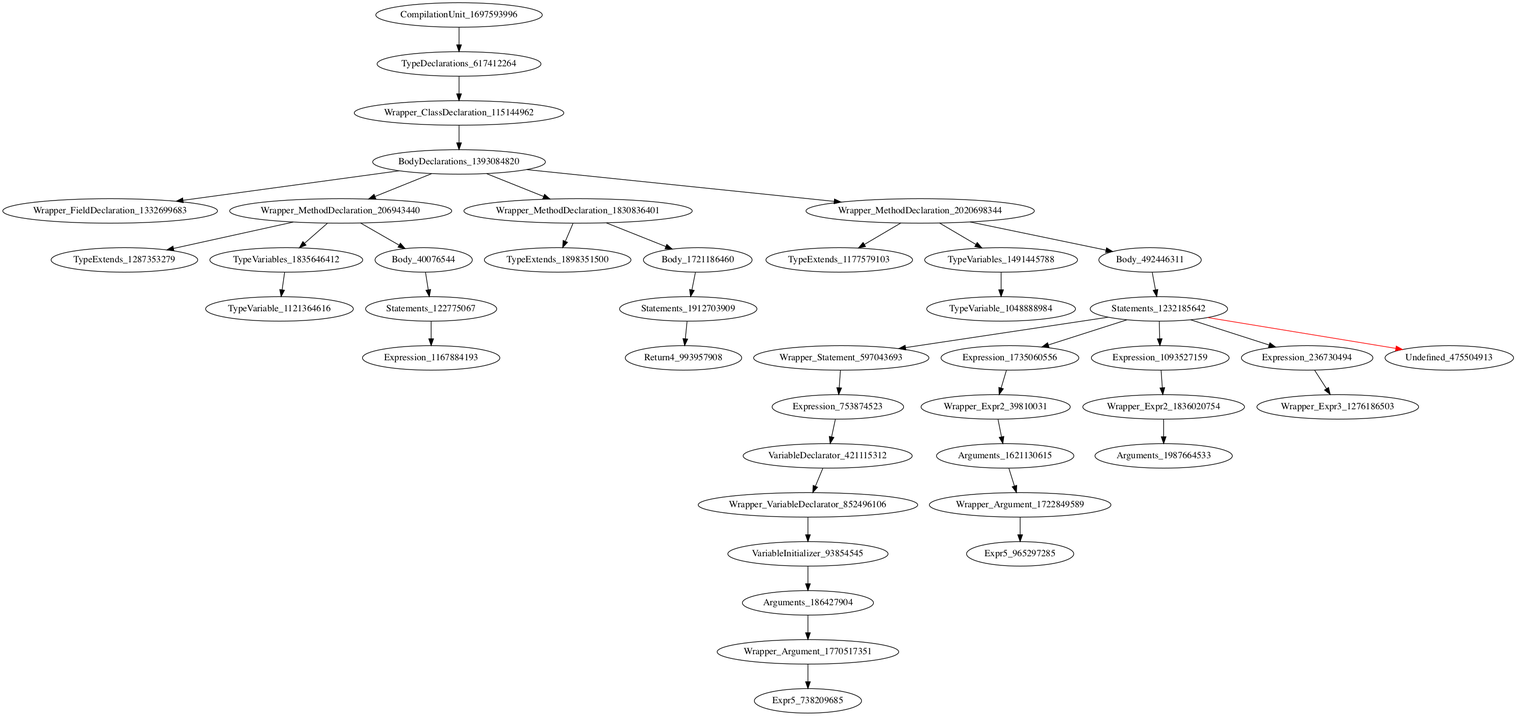
The Graphviz diagram holeAST.png in icse2023material/VoiceJava, before a commit. Its source is kept beside it as holeAST.dot.
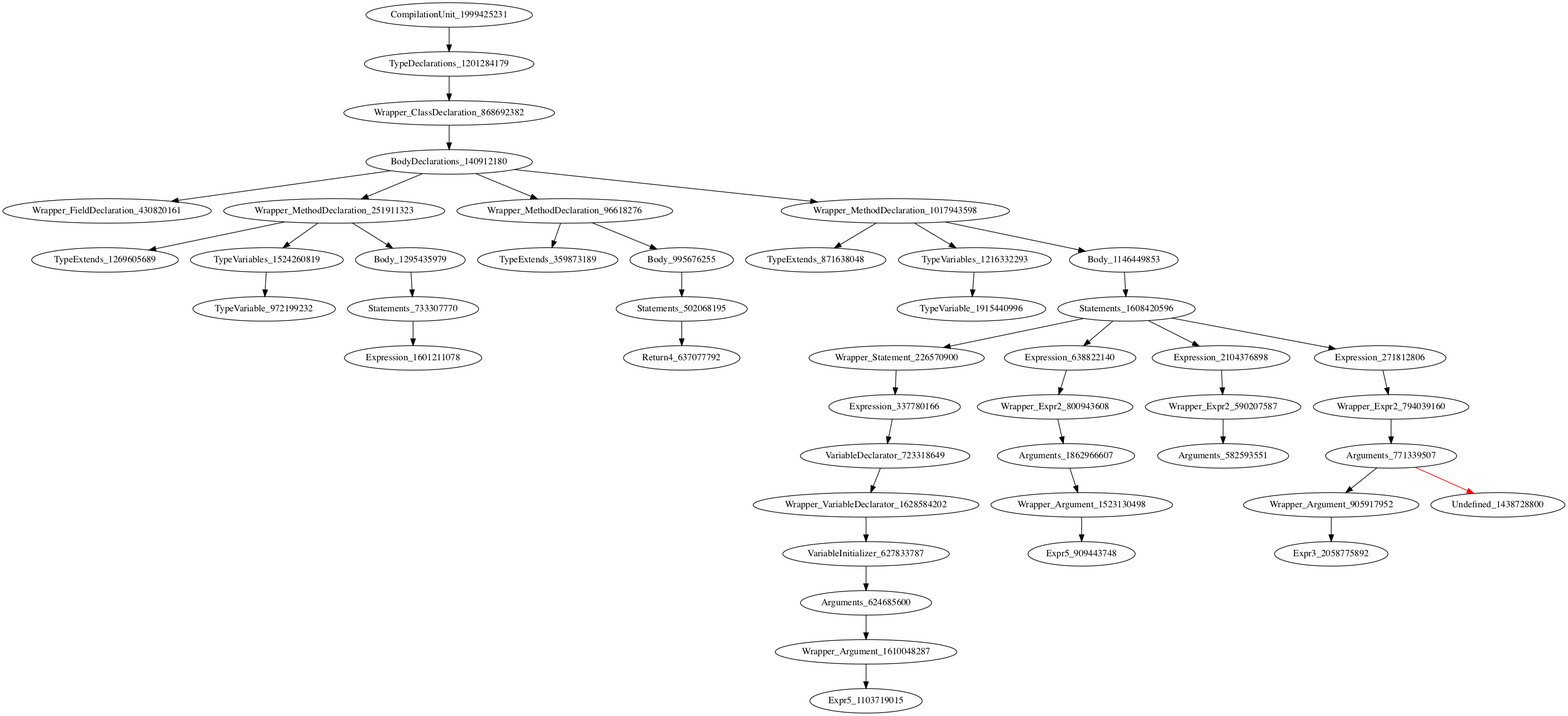
Above is the later version.

Change to the diagram source:
```diff
@@ -1,43 +1,46 @@
 digraph {
-CompilationUnit_1697593996 -> TypeDeclarations_617412264
-TypeDeclarations_617412264 -> Wrapper_ClassDeclaration_115144962
-Wrapper_ClassDeclaration_115144962 -> BodyDeclarations_1393084820
-BodyDeclarations_1393084820 -> Wrapper_FieldDeclaration_1332699683
-BodyDeclarations_1393084820 -> Wrapper_MethodDeclaration_206943440
-BodyDeclarations_1393084820 -> Wrapper_MethodDeclaration_1830836401
-BodyDeclarations_1393084820 -> Wrapper_MethodDeclaration_2020698344
-Wrapper_MethodDeclaration_206943440 -> TypeExtends_1287353279
-Wrapper_MethodDeclaration_206943440 -> TypeVariables_1835646412
-Wrapper_MethodDeclaration_206943440 -> Body_40076544
-Wrapper_MethodDeclaration_1830836401 -> TypeExtends_1898351500
-Wrapper_MethodDeclaration_1830836401 -> Body_1721186460
-Wrapper_MethodDeclaration_2020698344 -> TypeExtends_1177579103
-Wrapper_MethodDeclaration_2020698344 -> TypeVariables_1491445788
-Wrapper_MethodDeclaration_2020698344 -> Body_492446311
-TypeVariables_1835646412 -> TypeVariable_1121364616
-Body_40076544 -> Statements_122775067
-Body_1721186460 -> Statements_1912703909
-TypeVariables_1491445788 -> TypeVariable_1048888984
-Body_492446311 -> Statements_1232185642
-Statements_122775067 -> Expression_1167884193
-Statements_1912703909 -> Return4_993957908
-Statements_1232185642 -> Wrapper_Statement_597043693
-Statements_1232185642 -> Expression_1735060556
-Statements_1232185642 -> Expression_1093527159
-Statements_1232185642 -> Expression_236730494
-Statements_1232185642 -> Undefined_475504913 [color = red]
-Wrapper_Statement_597043693 -> Expression_753874523
-Expression_1735060556 -> Wrapper_Expr2_39810031
-Expression_1093527159 -> Wrapper_Expr2_1836020754
-Expression_236730494 -> Wrapper_Expr3_1276186503
-Expression_753874523 -> VariableDeclarator_421115312
-Wrapper_Expr2_39810031 -> Arguments_1621130615
-Wrapper_Expr2_1836020754 -> Arguments_1987664533
-VariableDeclarator_421115312 -> Wrapper_VariableDeclarator_852496106
-Arguments_1621130615 -> Wrapper_Argument_1722849589
-Wrapper_VariableDeclarator_852496106 -> VariableInitializer_93854545
-Wrapper_Argument_1722849589 -> Expr5_965297285
-VariableInitializer_93854545 -> Arguments_186427904
-Arguments_186427904 -> Wrapper_Argument_1770517351
-Wrapper_Argument_1770517351 -> Expr5_738209685
+CompilationUnit_1999425231 -> TypeDeclarations_1201284179
+TypeDeclarations_1201284179 -> Wrapper_ClassDeclaration_868692382
+Wrapper_ClassDeclaration_868692382 -> BodyDeclarations_140912180
+BodyDeclarations_140912180 -> Wrapper_FieldDeclaration_430820161
+BodyDeclarations_140912180 -> Wrapper_MethodDeclaration_251911323
+BodyDeclarations_140912180 -> Wrapper_MethodDeclaration_96618276
+BodyDeclarations_140912180 -> Wrapper_MethodDeclaration_1017943598
+Wrapper_MethodDeclaration_251911323 -> TypeExtends_1269605689
+Wrapper_MethodDeclaration_251911323 -> TypeVariables_1524260819
+Wrapper_MethodDeclaration_251911323 -> Body_1295435979
+Wrapper_MethodDeclaration_96618276 -> TypeExtends_359873189
+Wrapper_MethodDeclaration_96618276 -> Body_995676255
+Wrapper_MethodDeclaration_1017943598 -> TypeExtends_871638048
+Wrapper_MethodDeclaration_1017943598 -> TypeVariables_1216332293
+Wrapper_MethodDeclaration_1017943598 -> Body_1146449853
+TypeVariables_1524260819 -> TypeVariable_972199232
+Body_1295435979 -> Statements_733307770
+Body_995676255 -> Statements_502068195
+TypeVariables_1216332293 -> TypeVariable_1915440996
+Body_1146449853 -> Statements_1608420596
+Statements_733307770 -> Expression_1601211078
+Statements_502068195 -> Return4_637077792
+Statements_1608420596 -> Wrapper_Statement_226570900
+Statements_1608420596 -> Expression_638822140
+Statements_1608420596 -> Expression_2104376898
+Statements_1608420596 -> Expression_271812806
+Wrapper_Statement_226570900 -> Expression_337780166
+Expression_638822140 -> Wrapper_Expr2_800943608
+Expression_2104376898 -> Wrapper_Expr2_590207587
+Expression_271812806 -> Wrapper_Expr2_794039160
+Expression_337780166 -> VariableDeclarator_723318649
+Wrapper_Expr2_800943608 -> Arguments_1862966607
+Wrapper_Expr2_590207587 -> Arguments_582593551
+Wrapper_Expr2_794039160 -> Arguments_771339507
+VariableDeclarator_723318649 -> Wrapper_VariableDeclarator_1628584202
+Arguments_1862966607 -> Wrapper_Argument_1523130498
+Arguments_771339507 -> Wrapper_Argument_905917952
+Arguments_771339507 -> Undefined_1438728800 [color = red]
+Wrapper_VariableDeclarator_1628584202 -> VariableInitializer_627833787
+Wrapper_Argument_1523130498 -> Expr5_909443748
+Wrapper_Argument_905917952 -> Expr3_2058775892
+VariableInitializer_627833787 -> Arguments_624685600
+Arguments_624685600 -> Wrapper_Argument_1610048287
+Wrapper_Argument_1610048287 -> Expr5_1103719015
 }
```
